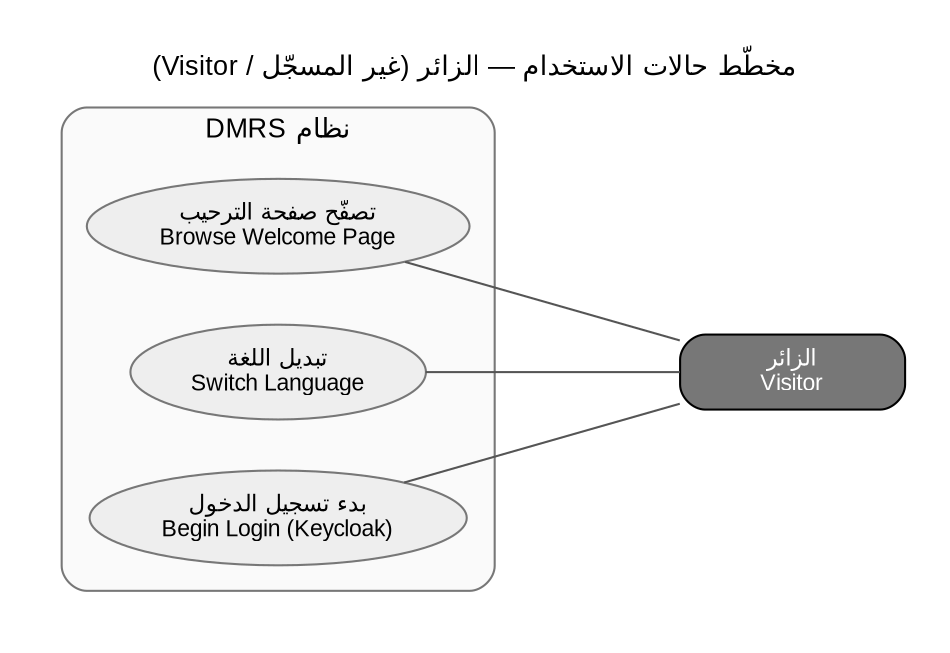
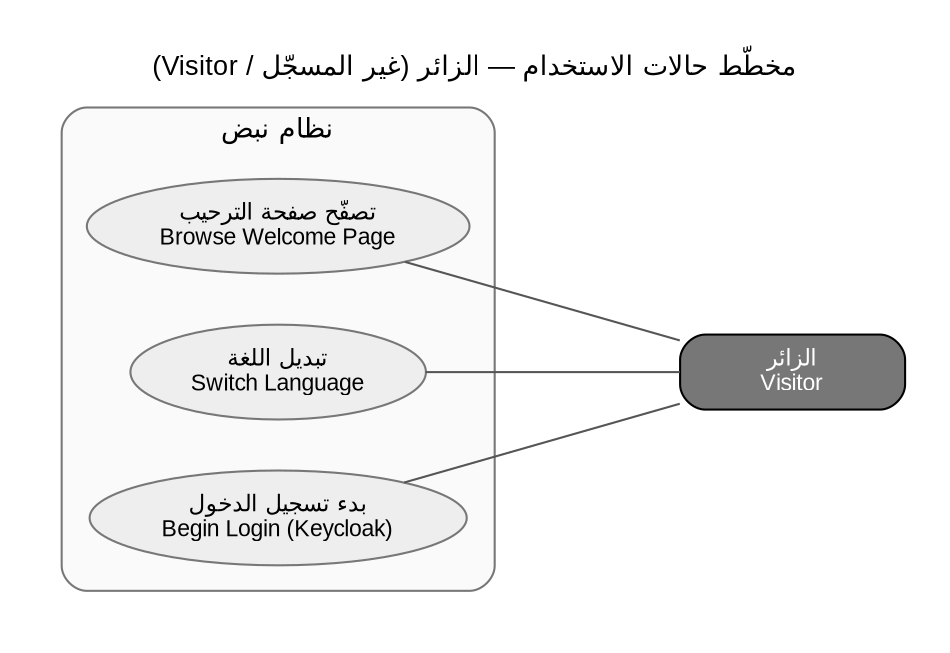
// Use-case diagram — Visitor / الزائر (verified: Welcome = [AllowAnonymous]; no clinical access)
// Render: dot -Tpng usecase-visitor.dot -o usecase-visitor.png
digraph UC {
  rankdir=RL;
  graph [fontname="Arial", fontsize=13, labelloc="t",
         label="مخطّط حالات الاستخدام — الزائر (غير المسجّل / Visitor)", pad=0.3, nodesep=0.35, ranksep=1.4];
  node  [fontname="Arial", fontsize=11];
  edge  [fontname="Arial", fontsize=9, dir=none, color="#555555"];

  actor [shape=box, style="rounded,filled", fillcolor="#777777", fontcolor="white",
         label="الزائر\nVisitor", width=1.5];

  subgraph cluster_sys {
-     label="نظام DMRS"; fontname="Arial"; fontsize=13; style="rounded"; color="#777777"; bgcolor="#FAFAFA"; margin=12;
+     label="نظام نبض"; fontname="Arial"; fontsize=13; style="rounded"; color="#777777"; bgcolor="#FAFAFA"; margin=12;
    node [shape=ellipse, style=filled, fillcolor="#EEEEEE", color="#777777"];

    u_welcome [label="تصفّح صفحة الترحيب\nBrowse Welcome Page"];
    u_lang    [label="تبديل اللغة\nSwitch Language"];
    u_login   [label="بدء تسجيل الدخول\nBegin Login (Keycloak)"];
  }

  actor -> { u_welcome u_lang u_login };
}
